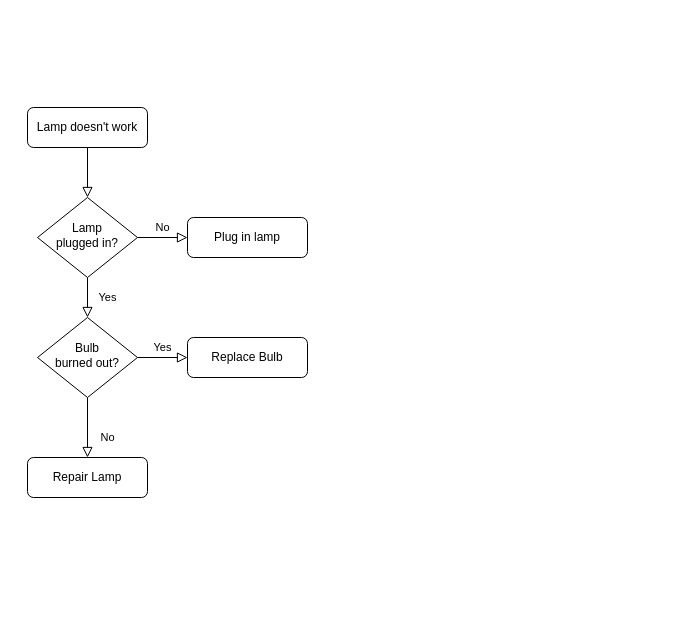
usseez/ResNET keeps this draw.io diagram as 제목 없는 다이어그램.drawio. Above is the earlier version. Source tidied: cells renumbered, new cells numbered last; positions are measured from the earlier drawing's top-left corner, leaving out a move shared by most shapes. Both pictures are drawn from the tidied source at 100%, with x=0, y=0 at pixel (27, 107).
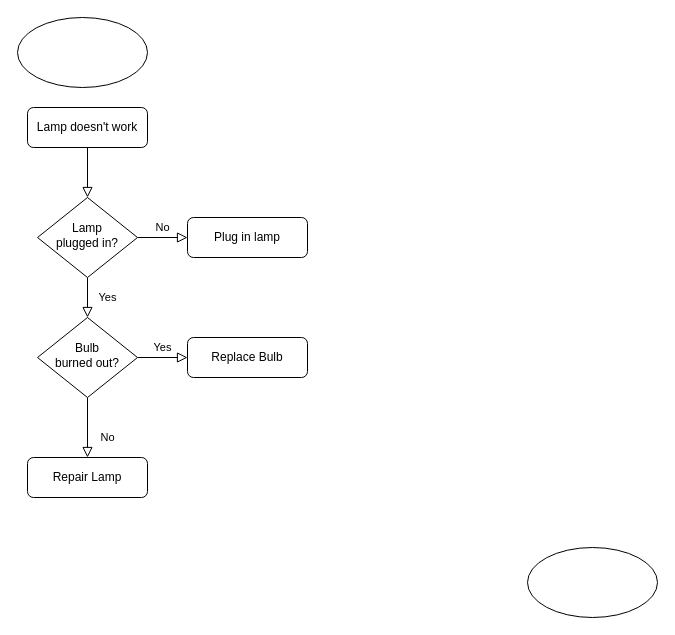
The same page after the edit.

The edit, as a diff of the source:
```diff
@@
 <mxGraphModel>
   <root>
     <mxCell id="0" />
     <mxCell id="1" parent="0" />
     <mxCell id="2" style="rounded=0;html=1;jettySize=auto;fontSize=11;endArrow=block;endFill=0;endSize=8;strokeWidth=1;shadow=0;labelBackgroundColor=none;edgeStyle=orthogonalEdgeStyle;" parent="1" edge="1" source="3" target="6">
       <mxGeometry relative="1" as="geometry" />
     </mxCell>
     <mxCell id="3" value="Lamp doesn't work" style="rounded=1;whiteSpace=wrap;html=1;fontSize=12;glass=0;strokeWidth=1;shadow=0;" parent="1" vertex="1">
       <mxGeometry width="120" height="40" as="geometry" />
     </mxCell>
     <mxCell id="4" value="Yes" style="rounded=0;html=1;jettySize=auto;fontSize=11;endArrow=block;endFill=0;endSize=8;strokeWidth=1;shadow=0;labelBackgroundColor=none;edgeStyle=orthogonalEdgeStyle;" parent="1" edge="1" source="6" target="10">
       <mxGeometry y="20" relative="1" as="geometry" />
     </mxCell>
     <mxCell id="5" value="No" style="edgeStyle=orthogonalEdgeStyle;rounded=0;html=1;jettySize=auto;fontSize=11;endArrow=block;endFill=0;endSize=8;strokeWidth=1;shadow=0;labelBackgroundColor=none;" parent="1" edge="1" source="6" target="7">
       <mxGeometry y="10" relative="1" as="geometry" />
     </mxCell>
     <mxCell id="6" value="Lamp&lt;br&gt;plugged in?" style="rhombus;whiteSpace=wrap;html=1;shadow=0;fontFamily=Helvetica;fontSize=12;align=center;strokeWidth=1;spacing=6;spacingTop=-4;" parent="1" vertex="1">
       <mxGeometry x="10" y="90" width="100" height="80" as="geometry" />
     </mxCell>
     <mxCell id="7" value="Plug in lamp" style="rounded=1;whiteSpace=wrap;html=1;fontSize=12;glass=0;strokeWidth=1;shadow=0;" parent="1" vertex="1">
       <mxGeometry x="160" y="110" width="120" height="40" as="geometry" />
     </mxCell>
     <mxCell id="8" value="No" style="rounded=0;html=1;jettySize=auto;fontSize=11;endArrow=block;endFill=0;endSize=8;strokeWidth=1;shadow=0;labelBackgroundColor=none;edgeStyle=orthogonalEdgeStyle;" parent="1" edge="1" source="10" target="11">
       <mxGeometry x="0.33" y="20" relative="1" as="geometry" />
     </mxCell>
     <mxCell id="9" value="Yes" style="edgeStyle=orthogonalEdgeStyle;rounded=0;html=1;jettySize=auto;fontSize=11;endArrow=block;endFill=0;endSize=8;strokeWidth=1;shadow=0;labelBackgroundColor=none;" parent="1" edge="1" source="10" target="12">
       <mxGeometry y="10" relative="1" as="geometry" />
     </mxCell>
     <mxCell id="10" value="Bulb&lt;br&gt;burned out?" style="rhombus;whiteSpace=wrap;html=1;shadow=0;fontFamily=Helvetica;fontSize=12;align=center;strokeWidth=1;spacing=6;spacingTop=-4;" parent="1" vertex="1">
       <mxGeometry x="10" y="210" width="100" height="80" as="geometry" />
     </mxCell>
     <mxCell id="11" value="Repair Lamp" style="rounded=1;whiteSpace=wrap;html=1;fontSize=12;glass=0;strokeWidth=1;shadow=0;" parent="1" vertex="1">
       <mxGeometry y="350" width="120" height="40" as="geometry" />
     </mxCell>
     <mxCell id="12" value="Replace Bulb" style="rounded=1;whiteSpace=wrap;html=1;fontSize=12;glass=0;strokeWidth=1;shadow=0;" parent="1" vertex="1">
       <mxGeometry x="160" y="230" width="120" height="40" as="geometry" />
     </mxCell>
+    <mxCell id="13" style="ellipse;whiteSpace=wrap;html=1;" parent="1" vertex="1">
+      <mxGeometry x="-10" y="-90" width="130" height="70" as="geometry" />
+    </mxCell>
+    <mxCell id="14" style="ellipse;whiteSpace=wrap;html=1;" parent="1" vertex="1">
+      <mxGeometry x="500" y="440" width="130" height="70" as="geometry" />
+    </mxCell>
   </root>
 </mxGraphModel>
```
